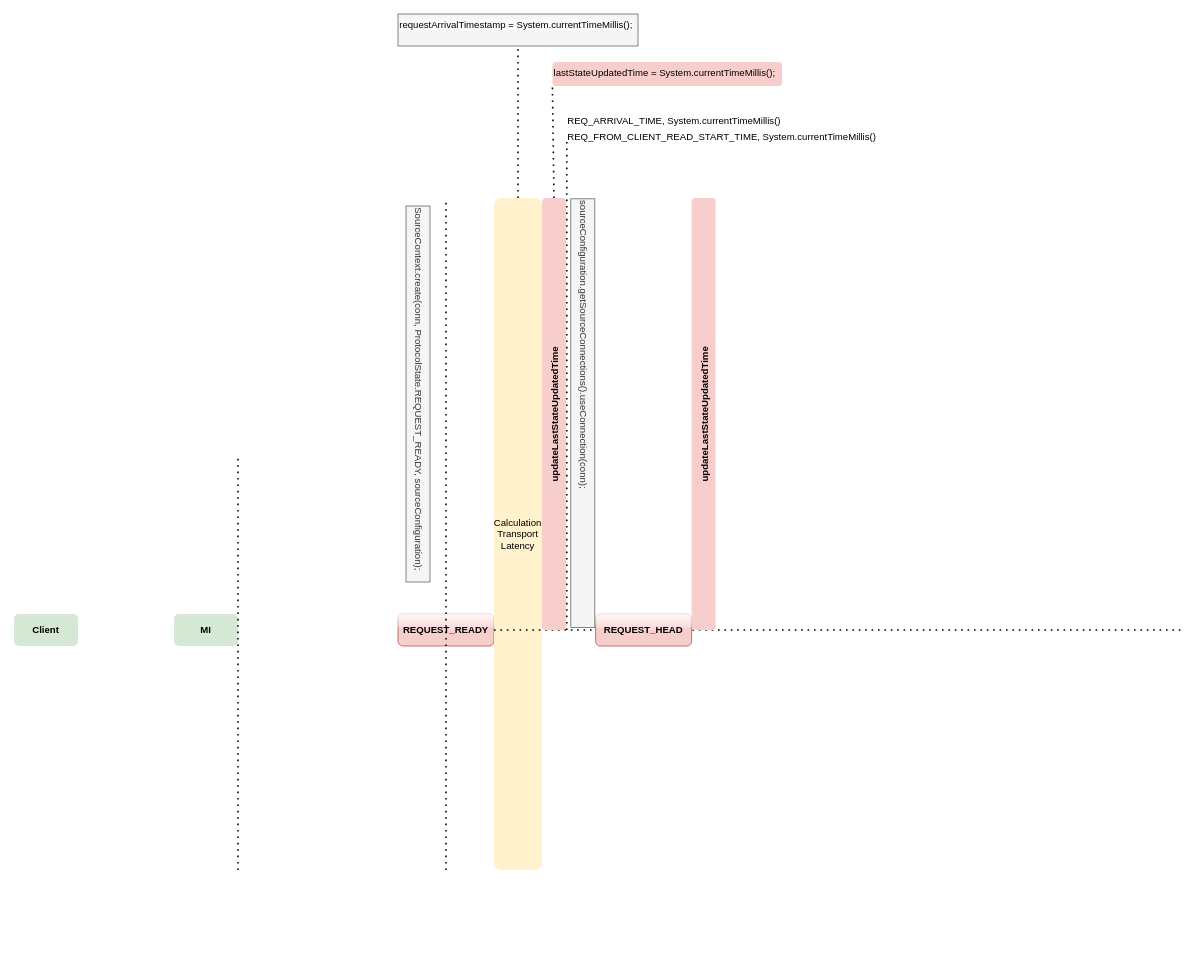
The draw.io diagram Internal_States_and_Time_Calculates.drawio in shavinsenadheera/WSO2_LEARNING, before the edit. Source tidied: cells renumbered, new cells numbered last; positions are measured from the earlier drawing's top-left corner, leaving out a move shared by most shapes. Both pictures are drawn from the tidied source at 80%, with x=0, y=0 at pixel (14, 14).
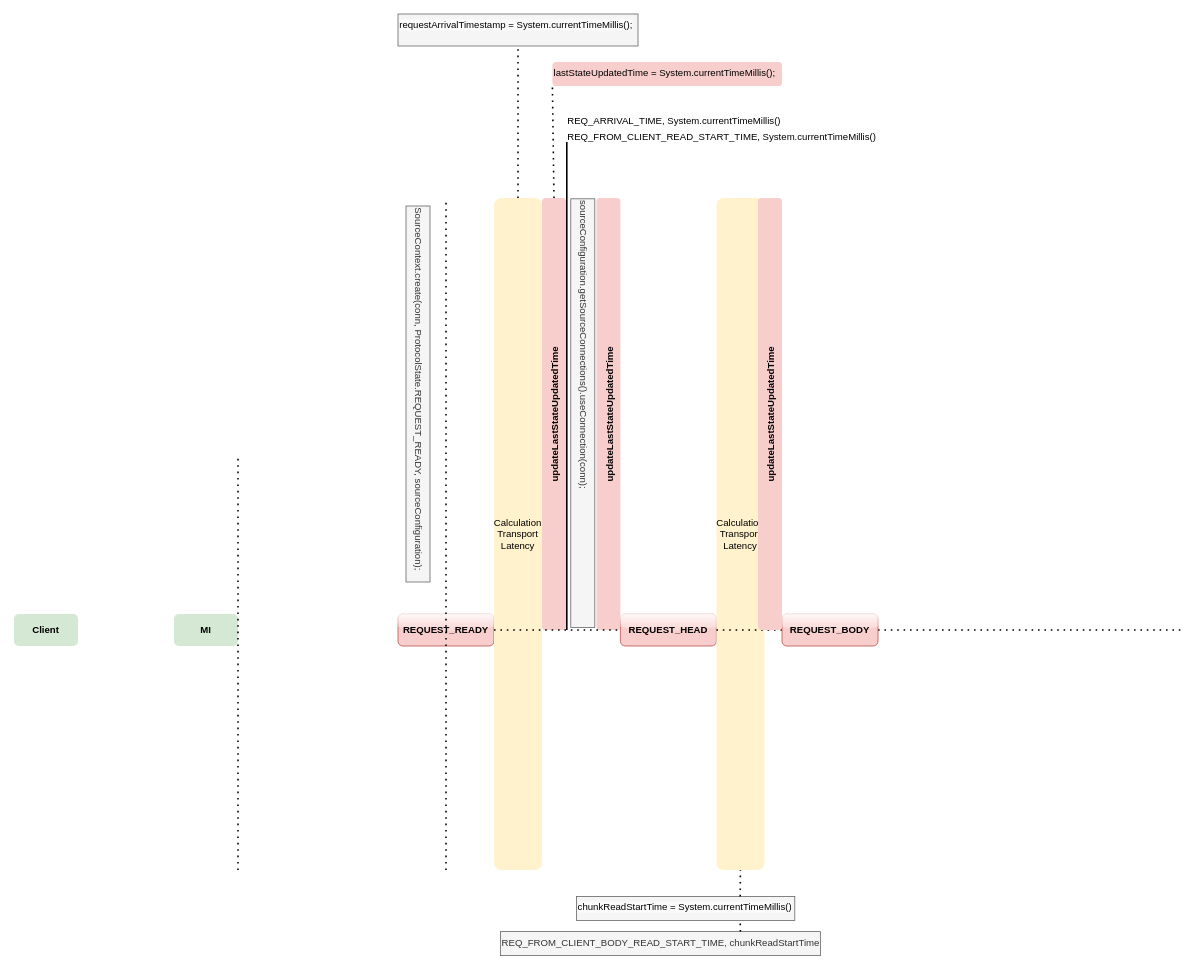
After the change.

Unchanged cells that the change refers to:
```xml
<mxCell id="6" value="&lt;b&gt;REQUEST_READY&lt;/b&gt;" style="rounded=1;whiteSpace=wrap;html=1;fillColor=#f8cecc;strokeColor=#b85450;glass=1;" parent="1" vertex="1">
  <mxGeometry x="480" y="750" width="120" height="40" as="geometry" />
</mxCell>
```

What changed in the source:
```diff
@@
-    <mxCell id="12" style="endArrow=none;dashed=1;html=1;dashPattern=1 3;strokeWidth=2;rounded=0;exitX=1;exitY=0.5;exitDx=0;exitDy=0;" parent="1" edge="1" source="6">
+    <mxCell id="12" style="endArrow=none;dashed=1;html=1;dashPattern=1 3;strokeWidth=2;rounded=0;exitX=1;exitY=0.5;exitDx=0;exitDy=0;" parent="1" edge="1" source="31">
       <mxGeometry relative="1" as="geometry">
         <mxPoint x="1460" y="770" as="targetPoint" />
       </mxGeometry>
     </mxCell>
     <mxCell id="13" value="REQ_FROM_CLIENT_READ_START_TIME, System.currentTimeMillis()" style="text;whiteSpace=wrap;" parent="1" vertex="1">
-      <mxGeometry x="690" y="140" width="420" height="40" as="geometry" />
+      <mxGeometry x="690" y="140" width="390" height="40" as="geometry" />
     </mxCell>
-    <mxCell id="14" style="endArrow=none;dashed=1;html=1;dashPattern=1 3;strokeWidth=2;rounded=0;entryX=0.5;entryY=1;entryDx=0;entryDy=0;" parent="1" edge="1">
+    <mxCell id="14" style="endArrow=none;html=1;strokeWidth=2;rounded=0;entryX=0.5;entryY=1;entryDx=0;entryDy=0;" parent="1" edge="1">
       <mxGeometry relative="1" as="geometry">
         <mxPoint x="691" y="770" as="sourcePoint" />
         <mxPoint x="691" y="160" as="targetPoint" />
       </mxGeometry>
     </mxCell>
@@
-    <mxCell id="19" value="&lt;b&gt;REQUEST_HEAD&lt;/b&gt;" style="rounded=1;whiteSpace=wrap;html=1;fillColor=#f8cecc;strokeColor=#b85450;glass=1;" parent="1" vertex="1">
-      <mxGeometry x="727" y="750" width="120" height="40" as="geometry" />
-    </mxCell>
@@
+    <mxCell id="23" style="group;" parent="1" vertex="1">
+      <mxGeometry x="728" y="230" width="30" height="540" as="geometry" />
+    </mxCell>
-    <mxCell id="21" style="rounded=1;whiteSpace=wrap;html=1;fillColor=#f8cecc;strokeColor=none;" parent="1" vertex="1">
-      <mxGeometry x="847" y="230" width="30" height="540" as="geometry" />
+    <mxCell id="21" style="rounded=1;whiteSpace=wrap;html=1;fillColor=#f8cecc;strokeColor=none;" parent="23" vertex="1">
+      <mxGeometry width="30" height="540" as="geometry" />
     </mxCell>
-    <mxCell id="22" value="updateLastStateUpdatedTime" style="text;whiteSpace=wrap;rotation=-90;fontStyle=1;" parent="1" vertex="1">
-      <mxGeometry x="767" y="480" width="190" height="25" as="geometry" />
+    <mxCell id="22" value="updateLastStateUpdatedTime" style="text;whiteSpace=wrap;rotation=-90;fontStyle=1;" parent="23" vertex="1">
+      <mxGeometry x="-80" y="250" width="190" height="25" as="geometry" />
     </mxCell>
+    <mxCell id="24" style="endArrow=none;dashed=1;html=1;dashPattern=1 3;strokeWidth=2;rounded=0;exitX=1;exitY=0.5;exitDx=0;exitDy=0;" parent="1" edge="1" source="6" target="19">
+      <mxGeometry relative="1" as="geometry" />
+    </mxCell>
+    <mxCell id="19" value="&lt;b&gt;REQUEST_HEAD&lt;/b&gt;" style="rounded=1;whiteSpace=wrap;html=1;fillColor=#f8cecc;strokeColor=#b85450;glass=1;" parent="1" vertex="1">
+      <mxGeometry x="758" y="750" width="120" height="40" as="geometry" />
+    </mxCell>
+    <mxCell id="25" value="Calculation&lt;div&gt;Transport Latency&lt;/div&gt;" style="rounded=1;whiteSpace=wrap;html=1;fillColor=#fff2cc;strokeColor=none;gradientColor=none;glass=0;" parent="1" vertex="1">
+      <mxGeometry x="878" y="230" width="60" height="840" as="geometry" />
+    </mxCell>
+    <mxCell id="26" value="&lt;span style=&quot;color: rgb(0, 0, 0); font-family: Helvetica; font-size: 12px; font-style: normal; font-variant-ligatures: normal; font-variant-caps: normal; font-weight: 400; letter-spacing: normal; orphans: 2; text-align: center; text-indent: 0px; text-transform: none; widows: 2; word-spacing: 0px; -webkit-text-stroke-width: 0px; white-space: normal; background-color: rgb(251, 251, 251); text-decoration-thickness: initial; text-decoration-style: initial; text-decoration-color: initial; display: inline !important; float: none;&quot;&gt;chunkReadStartTime = System.currentTimeMillis()&lt;/span&gt;" style="text;whiteSpace=wrap;html=1;fillColor=#f5f5f5;fontColor=#333333;strokeColor=#666666;" parent="1" vertex="1">
+      <mxGeometry x="703" y="1103" width="273" height="30" as="geometry" />
+    </mxCell>
+    <mxCell id="27" style="endArrow=none;dashed=1;html=1;dashPattern=1 3;strokeWidth=2;rounded=0;entryX=0.5;entryY=1;entryDx=0;entryDy=0;exitX=0.75;exitY=0;exitDx=0;exitDy=0;" parent="1" edge="1" source="26" target="25">
+      <mxGeometry relative="1" as="geometry" />
+    </mxCell>
+    <mxCell id="28" value="REQ_FROM_CLIENT_BODY_READ_START_TIME, chunkReadStartTime" style="text;whiteSpace=wrap;fillColor=#f5f5f5;fontColor=#333333;strokeColor=#666666;" parent="1" vertex="1">
+      <mxGeometry x="608" y="1147" width="400" height="30" as="geometry" />
+    </mxCell>
+    <mxCell id="29" style="endArrow=none;dashed=1;html=1;dashPattern=1 3;strokeWidth=2;rounded=0;entryX=0.75;entryY=1;entryDx=0;entryDy=0;exitX=0.75;exitY=0;exitDx=0;exitDy=0;" parent="1" edge="1" source="28" target="26">
+      <mxGeometry relative="1" as="geometry" />
+    </mxCell>
+    <mxCell id="30" style="endArrow=none;dashed=1;html=1;dashPattern=1 3;strokeWidth=2;rounded=0;exitX=1;exitY=0.5;exitDx=0;exitDy=0;" parent="1" edge="1" source="19" target="31">
+      <mxGeometry relative="1" as="geometry" />
+    </mxCell>
+    <mxCell id="31" value="&lt;b&gt;REQUEST_BODY&lt;/b&gt;" style="rounded=1;whiteSpace=wrap;html=1;fillColor=#f8cecc;strokeColor=#b85450;glass=1;" parent="1" vertex="1">
+      <mxGeometry x="960" y="750" width="120" height="40" as="geometry" />
+    </mxCell>
+    <mxCell id="32" style="group;" parent="1" vertex="1">
+      <mxGeometry x="930" y="230" width="30" height="540" as="geometry" />
+    </mxCell>
+    <mxCell id="33" style="rounded=1;whiteSpace=wrap;html=1;fillColor=#f8cecc;strokeColor=none;" parent="32" vertex="1">
+      <mxGeometry width="30" height="540" as="geometry" />
+    </mxCell>
+    <mxCell id="34" value="updateLastStateUpdatedTime" style="text;whiteSpace=wrap;rotation=-90;fontStyle=1;" parent="32" vertex="1">
+      <mxGeometry x="-80" y="250" width="190" height="25" as="geometry" />
+    </mxCell>
```
